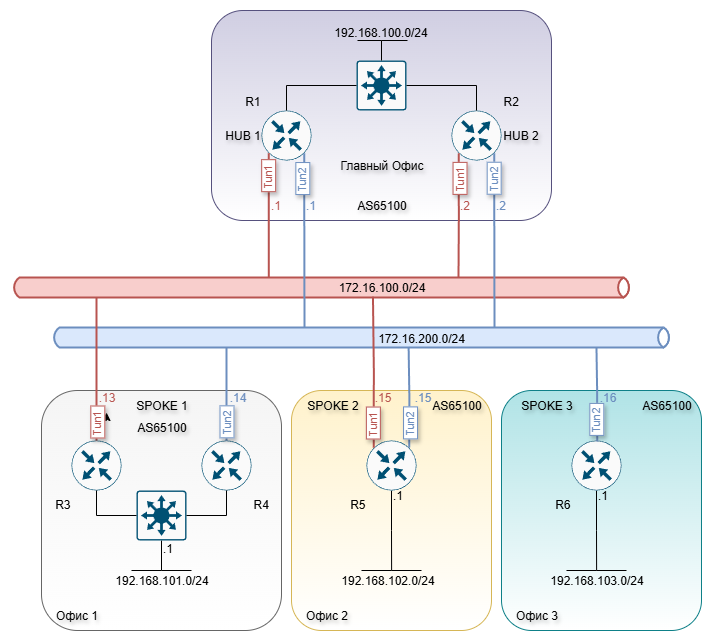
Above: diplom/img/diplom-Тунельная схема.drawio.png in alex209/otus_ne (draw.io), before the change. Source tidied: cells renumbered, new cells last; positions are measured from the earlier drawing's top-left corner, leaving out a move shared by most shapes.
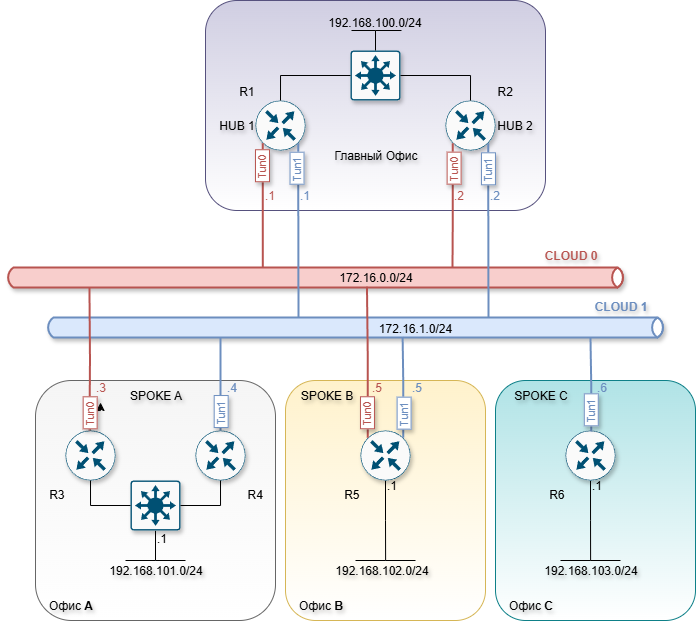
After the commit.

Diff of the diagram source:
```diff
@@ -16,12 +16,12 @@
     </mxCell>
-    <mxCell id="6" value="R1" style="sketch=0;points=[[0.5,0,0],[1,0.5,0],[0.5,1,0],[0,0.5,0],[0.145,0.145,0],[0.8555,0.145,0],[0.855,0.8555,0],[0.145,0.855,0]];verticalLabelPosition=top;html=1;verticalAlign=bottom;align=right;shape=mxgraph.cisco19.rect;prIcon=router;fillColor=#FAFAFA;strokeColor=#005073;labelPosition=left;" parent="1" vertex="1">
+    <mxCell id="6" value="R1" style="sketch=0;points=[[0.5,0,0],[1,0.5,0],[0.5,1,0],[0,0.5,0],[0.145,0.145,0],[0.8555,0.145,0],[0.855,0.8555,0],[0.145,0.855,0]];verticalLabelPosition=top;html=1;verticalAlign=bottom;align=right;shape=mxgraph.cisco19.rect;prIcon=router;fillColor=#FAFAFA;strokeColor=#005073;labelPosition=left;shadow=1;" parent="1" vertex="1">
       <mxGeometry x="250" y="100" width="50" height="50" as="geometry" />
     </mxCell>
-    <mxCell id="7" value="R2" style="sketch=0;points=[[0.5,0,0],[1,0.5,0],[0.5,1,0],[0,0.5,0],[0.145,0.145,0],[0.8555,0.145,0],[0.855,0.8555,0],[0.145,0.855,0]];verticalLabelPosition=top;html=1;verticalAlign=bottom;align=left;shape=mxgraph.cisco19.rect;prIcon=router;fillColor=#FAFAFA;strokeColor=#005073;labelPosition=right;" parent="1" vertex="1">
+    <mxCell id="7" value="R2" style="sketch=0;points=[[0.5,0,0],[1,0.5,0],[0.5,1,0],[0,0.5,0],[0.145,0.145,0],[0.8555,0.145,0],[0.855,0.8555,0],[0.145,0.855,0]];verticalLabelPosition=top;html=1;verticalAlign=bottom;align=left;shape=mxgraph.cisco19.rect;prIcon=router;fillColor=#FAFAFA;strokeColor=#005073;labelPosition=right;shadow=1;" parent="1" vertex="1">
       <mxGeometry x="440" y="100" width="50" height="50" as="geometry" />
     </mxCell>
-    <mxCell id="8" value="172.16.100.0/24" style="html=1;fillColor=#f8cecc;strokeColor=#b85450;gradientDirection=north;strokeWidth=2;shape=mxgraph.networks.bus;gradientDirection=north;perimeter=backbonePerimeter;backboneSize=20;spacingLeft=120;" parent="1" vertex="1">
+    <mxCell id="8" value="172.16.0.0/24" style="html=1;fillColor=#f8cecc;strokeColor=#b85450;gradientDirection=north;strokeWidth=2;shape=mxgraph.networks.bus;gradientDirection=north;perimeter=backbonePerimeter;backboneSize=20;spacingLeft=120;shadow=1;" parent="1" vertex="1">
       <mxGeometry y="267" width="620" height="20" as="geometry" />
     </mxCell>
-    <mxCell id="9" value="172.16.200.0/24" style="fillColor=#dae8fc;strokeColor=#6c8ebf;gradientDirection=north;strokeWidth=2;shape=mxgraph.networks.bus;gradientDirection=north;perimeter=backbonePerimeter;backboneSize=20;fillOpacity=100;labelPosition=center;verticalLabelPosition=middle;align=center;verticalAlign=middle;html=1;convertToSvg=1;horizontal=1;fontStyle=0;spacingLeft=120;" parent="1" vertex="1">
+    <mxCell id="9" value="172.16.1.0/24" style="fillColor=#dae8fc;strokeColor=#6c8ebf;gradientDirection=north;strokeWidth=2;shape=mxgraph.networks.bus;gradientDirection=north;perimeter=backbonePerimeter;backboneSize=20;fillOpacity=100;labelPosition=center;verticalLabelPosition=middle;align=center;verticalAlign=middle;html=1;convertToSvg=1;horizontal=1;fontStyle=0;spacingLeft=120;shadow=1;" parent="1" vertex="1">
       <mxGeometry x="40" y="317" width="620" height="20" as="geometry" />
@@ -31,6 +31,6 @@
     </mxCell>
-    <mxCell id="11" value="R3" style="sketch=0;points=[[0.5,0,0],[1,0.5,0],[0.5,1,0],[0,0.5,0],[0.145,0.145,0],[0.8555,0.145,0],[0.855,0.8555,0],[0.145,0.855,0]];verticalLabelPosition=bottom;html=1;verticalAlign=top;align=right;shape=mxgraph.cisco19.rect;prIcon=router;fillColor=#FAFAFA;strokeColor=#005073;labelPosition=left;" parent="1" vertex="1">
+    <mxCell id="11" value="R3" style="sketch=0;points=[[0.5,0,0],[1,0.5,0],[0.5,1,0],[0,0.5,0],[0.145,0.145,0],[0.8555,0.145,0],[0.855,0.8555,0],[0.145,0.855,0]];verticalLabelPosition=bottom;html=1;verticalAlign=top;align=right;shape=mxgraph.cisco19.rect;prIcon=router;fillColor=#FAFAFA;strokeColor=#005073;labelPosition=left;shadow=1;" parent="1" vertex="1">
       <mxGeometry x="60" y="430" width="50" height="50" as="geometry" />
     </mxCell>
-    <mxCell id="12" value="R4" style="sketch=0;points=[[0.5,0,0],[1,0.5,0],[0.5,1,0],[0,0.5,0],[0.145,0.145,0],[0.8555,0.145,0],[0.855,0.8555,0],[0.145,0.855,0]];verticalLabelPosition=bottom;html=1;verticalAlign=top;align=left;shape=mxgraph.cisco19.rect;prIcon=router;fillColor=#FAFAFA;strokeColor=#005073;labelPosition=right;" parent="1" vertex="1">
+    <mxCell id="12" value="R4" style="sketch=0;points=[[0.5,0,0],[1,0.5,0],[0.5,1,0],[0,0.5,0],[0.145,0.145,0],[0.8555,0.145,0],[0.855,0.8555,0],[0.145,0.855,0]];verticalLabelPosition=bottom;html=1;verticalAlign=top;align=left;shape=mxgraph.cisco19.rect;prIcon=router;fillColor=#FAFAFA;strokeColor=#005073;labelPosition=right;shadow=1;" parent="1" vertex="1">
       <mxGeometry x="190" y="430" width="50" height="50" as="geometry" />
@@ -42,3 +42,3 @@
     </mxCell>
-    <mxCell id="14" value="R5" style="sketch=0;points=[[0.5,0,0],[1,0.5,0],[0.5,1,0],[0,0.5,0],[0.145,0.145,0],[0.8555,0.145,0],[0.855,0.8555,0],[0.145,0.855,0]];verticalLabelPosition=bottom;html=1;verticalAlign=top;align=right;shape=mxgraph.cisco19.rect;prIcon=router;fillColor=#FAFAFA;strokeColor=#005073;labelPosition=left;" parent="1" vertex="1">
+    <mxCell id="14" value="R5" style="sketch=0;points=[[0.5,0,0],[1,0.5,0],[0.5,1,0],[0,0.5,0],[0.145,0.145,0],[0.8555,0.145,0],[0.855,0.8555,0],[0.145,0.855,0]];verticalLabelPosition=bottom;html=1;verticalAlign=top;align=right;shape=mxgraph.cisco19.rect;prIcon=router;fillColor=#FAFAFA;strokeColor=#005073;labelPosition=left;shadow=1;" parent="1" vertex="1">
       <mxGeometry x="355" y="430" width="50" height="50" as="geometry" />
@@ -50,3 +50,3 @@
     </mxCell>
-    <mxCell id="16" value="R6" style="sketch=0;points=[[0.5,0,0],[1,0.5,0],[0.5,1,0],[0,0.5,0],[0.145,0.145,0],[0.8555,0.145,0],[0.855,0.8555,0],[0.145,0.855,0]];verticalLabelPosition=bottom;html=1;verticalAlign=top;align=right;shape=mxgraph.cisco19.rect;prIcon=router;fillColor=#FAFAFA;strokeColor=#005073;labelPosition=left;" parent="1" vertex="1">
+    <mxCell id="16" value="R6" style="sketch=0;points=[[0.5,0,0],[1,0.5,0],[0.5,1,0],[0,0.5,0],[0.145,0.145,0],[0.8555,0.145,0],[0.855,0.8555,0],[0.145,0.855,0]];verticalLabelPosition=bottom;html=1;verticalAlign=top;align=right;shape=mxgraph.cisco19.rect;prIcon=router;fillColor=#FAFAFA;strokeColor=#005073;labelPosition=left;shadow=1;" parent="1" vertex="1">
       <mxGeometry x="560" y="430" width="50" height="50" as="geometry" />
@@ -56,3 +56,3 @@
     </mxCell>
-    <mxCell id="18" value="&amp;nbsp;Tun1&amp;nbsp;" style="edgeLabel;html=1;align=center;verticalAlign=middle;labelBorderColor=light-dark(#B85450,#FFFFFF);textShadow=1;fontColor=light-dark(#B85450,#FFFFFF);horizontal=0;" parent="17" vertex="1">
+    <mxCell id="18" value="&amp;nbsp;Tun0&amp;nbsp;" style="edgeLabel;html=1;align=center;verticalAlign=middle;labelBorderColor=light-dark(#B85450,#FFFFFF);textShadow=1;fontColor=light-dark(#B85450,#FFFFFF);horizontal=0;" parent="17" vertex="1">
       <mxGeometry x="-0.49" y="-1" relative="1" as="geometry">
@@ -66,3 +66,3 @@
     </mxCell>
-    <mxCell id="20" value="&lt;font&gt;&amp;nbsp;Tun2&amp;nbsp;&lt;/font&gt;" style="edgeLabel;html=1;align=center;verticalAlign=middle;labelBorderColor=#6C8EBF;textShadow=1;fontColor=light-dark(#6C8EBF,#EDEDED);horizontal=0;" parent="19" vertex="1">
+    <mxCell id="20" value="&lt;font&gt;&amp;nbsp;Tun1&amp;nbsp;&lt;/font&gt;" style="edgeLabel;html=1;align=center;verticalAlign=middle;labelBorderColor=#6C8EBF;textShadow=1;fontColor=light-dark(#6C8EBF,#EDEDED);horizontal=0;" parent="19" vertex="1">
       <mxGeometry x="-0.66" y="-2" relative="1" as="geometry">
@@ -76,3 +76,3 @@
     </mxCell>
-    <mxCell id="22" value="&amp;nbsp;Tun1&amp;nbsp;" style="edgeLabel;html=1;align=center;verticalAlign=middle;labelBorderColor=light-dark(#B85450,#FFFFFF);textShadow=1;horizontal=0;fontColor=light-dark(#B85450,#FFFFFF);" parent="21" vertex="1">
+    <mxCell id="22" value="&amp;nbsp;Tun0&amp;nbsp;" style="edgeLabel;html=1;align=center;verticalAlign=middle;labelBorderColor=light-dark(#B85450,#FFFFFF);textShadow=1;horizontal=0;fontColor=light-dark(#B85450,#FFFFFF);" parent="21" vertex="1">
       <mxGeometry x="-0.47" relative="1" as="geometry">
@@ -86,3 +86,3 @@
     </mxCell>
-    <mxCell id="24" value="&amp;nbsp;Tun2&amp;nbsp;" style="edgeLabel;html=1;align=center;verticalAlign=middle;fontColor=#6C8EBF;horizontal=0;labelBorderColor=#6C8EBF;textShadow=1;" parent="23" vertex="1">
+    <mxCell id="24" value="&amp;nbsp;Tun1&amp;nbsp;" style="edgeLabel;html=1;align=center;verticalAlign=middle;fontColor=#6C8EBF;horizontal=0;labelBorderColor=#6C8EBF;textShadow=1;" parent="23" vertex="1">
       <mxGeometry x="-0.58" y="-1" relative="1" as="geometry">
@@ -91,6 +91,9 @@
     </mxCell>
-    <mxCell id="25" style="edgeStyle=orthogonalEdgeStyle;rounded=0;jettySize=auto;html=1;exitX=0.5;exitY=0;exitDx=0;exitDy=0;exitPerimeter=0;entryX=0.137;entryY=1.007;entryDx=0;entryDy=0;entryPerimeter=0;strokeWidth=2;endArrow=none;endFill=0;fillColor=#f8cecc;strokeColor=#b85450;" parent="1" edge="1" source="11" target="8">
-      <mxGeometry relative="1" as="geometry" />
+    <mxCell id="25" style="edgeStyle=orthogonalEdgeStyle;rounded=0;orthogonalLoop=1;jettySize=auto;html=1;exitX=0.5;exitY=0;exitDx=0;exitDy=0;exitPerimeter=0;entryX=0.137;entryY=1.007;entryDx=0;entryDy=0;entryPerimeter=0;strokeWidth=2;endArrow=none;endFill=0;fillColor=#f8cecc;strokeColor=#b85450;" parent="1" edge="1">
+      <mxGeometry relative="1" as="geometry">
+        <mxPoint x="84" y="430" as="sourcePoint" />
+        <mxPoint x="83.9" y="287.1" as="targetPoint" />
+      </mxGeometry>
     </mxCell>
-    <mxCell id="26" value="&amp;nbsp;Tun1&amp;nbsp;" style="edgeLabel;html=1;align=center;verticalAlign=middle;labelBorderColor=light-dark(#B85450,#FFFFFF);textShadow=1;horizontal=0;fontColor=light-dark(#B85450,#FFFFFF);" parent="25" vertex="1">
+    <mxCell id="26" value="&amp;nbsp;Tun0&amp;nbsp;" style="edgeLabel;html=1;align=center;verticalAlign=middle;labelBorderColor=light-dark(#B85450,#FFFFFF);textShadow=1;horizontal=0;fontColor=light-dark(#B85450,#FFFFFF);" parent="25" vertex="1">
       <mxGeometry x="-0.72" y="3" relative="1" as="geometry">
@@ -104,3 +107,3 @@
     </mxCell>
-    <mxCell id="28" value="&amp;nbsp;Tun2&amp;nbsp;" style="edgeLabel;html=1;align=center;verticalAlign=middle;horizontal=0;textShadow=1;labelBorderColor=#6C8EBF;fontColor=#6C8EBF;" parent="27" vertex="1">
+    <mxCell id="28" value="&amp;nbsp;Tun1&amp;nbsp;" style="edgeLabel;html=1;align=center;verticalAlign=middle;horizontal=0;textShadow=1;labelBorderColor=#6C8EBF;fontColor=#6C8EBF;" parent="27" vertex="1">
       <mxGeometry x="-0.7" y="-2" relative="1" as="geometry">
@@ -112,3 +115,3 @@
     </mxCell>
-    <mxCell id="30" value="&amp;nbsp;Tun1&amp;nbsp;" style="edgeLabel;html=1;align=center;verticalAlign=middle;textShadow=1;labelBorderColor=light-dark(#B85450,#FFFFFF);horizontal=0;fontColor=light-dark(#B85450,#FFFFFF);" parent="29" vertex="1">
+    <mxCell id="30" value="&amp;nbsp;Tun0&amp;nbsp;" style="edgeLabel;html=1;align=center;verticalAlign=middle;textShadow=1;labelBorderColor=light-dark(#B85450,#FFFFFF);horizontal=0;fontColor=light-dark(#B85450,#FFFFFF);" parent="29" vertex="1">
       <mxGeometry x="-0.7" y="-1" relative="1" as="geometry">
@@ -120,3 +123,3 @@
     </mxCell>
-    <mxCell id="32" value="&amp;nbsp;Tun2&amp;nbsp;" style="edgeLabel;html=1;align=center;verticalAlign=middle;horizontal=0;textShadow=1;spacingLeft=0;spacingTop=0;spacing=0;spacingRight=1;labelBorderColor=#6C8EBF;fontColor=#6C8EBF;" parent="31" vertex="1">
+    <mxCell id="32" value="&amp;nbsp;Tun1&amp;nbsp;" style="edgeLabel;html=1;align=center;verticalAlign=middle;horizontal=0;textShadow=1;spacingLeft=0;spacingTop=0;spacing=0;spacingRight=1;labelBorderColor=#6C8EBF;fontColor=#6C8EBF;" parent="31" vertex="1">
       <mxGeometry x="-0.57" relative="1" as="geometry">
@@ -128,3 +131,3 @@
     </mxCell>
-    <mxCell id="34" value="&amp;nbsp;Tun2&amp;nbsp;" style="edgeLabel;align=center;verticalAlign=middle;labelBorderColor=#6C8EBF;textShadow=1;fontColor=#6C8EBF;horizontal=0;html=1;convertToSvg=0;spacingTop=0;spacingLeft=0;labelPosition=center;verticalLabelPosition=middle;" parent="33" vertex="1">
+    <mxCell id="34" value="&amp;nbsp;Tun1&amp;nbsp;" style="edgeLabel;align=center;verticalAlign=middle;labelBorderColor=#6C8EBF;textShadow=1;fontColor=#6C8EBF;horizontal=0;html=1;convertToSvg=0;spacingTop=0;spacingLeft=0;labelPosition=center;verticalLabelPosition=middle;" parent="33" vertex="1">
       <mxGeometry x="-0.62" y="-2" relative="1" as="geometry">
@@ -145,3 +148,3 @@
     </mxCell>
-    <mxCell id="39" style="sketch=0;points=[[0.015,0.015,0],[0.985,0.015,0],[0.985,0.985,0],[0.015,0.985,0],[0.25,0,0],[0.5,0,0],[0.75,0,0],[1,0.25,0],[1,0.5,0],[1,0.75,0],[0.75,1,0],[0.5,1,0],[0.25,1,0],[0,0.75,0],[0,0.5,0],[0,0.25,0]];verticalLabelPosition=bottom;html=1;verticalAlign=top;align=center;shape=mxgraph.cisco19.rect;prIcon=l3_switch;fillColor=#FAFAFA;strokeColor=#005073;" parent="1" vertex="1">
+    <mxCell id="39" style="sketch=0;points=[[0.015,0.015,0],[0.985,0.015,0],[0.985,0.985,0],[0.015,0.985,0],[0.25,0,0],[0.5,0,0],[0.75,0,0],[1,0.25,0],[1,0.5,0],[1,0.75,0],[0.75,1,0],[0.5,1,0],[0.25,1,0],[0,0.75,0],[0,0.5,0],[0,0.25,0]];verticalLabelPosition=bottom;html=1;verticalAlign=top;align=center;shape=mxgraph.cisco19.rect;prIcon=l3_switch;fillColor=#FAFAFA;strokeColor=#005073;shadow=1;" parent="1" vertex="1">
       <mxGeometry x="345" y="50" width="50" height="50" as="geometry" />
@@ -159,3 +162,3 @@
     </mxCell>
-    <mxCell id="43" style="sketch=0;points=[[0.015,0.015,0],[0.985,0.015,0],[0.985,0.985,0],[0.015,0.985,0],[0.25,0,0],[0.5,0,0],[0.75,0,0],[1,0.25,0],[1,0.5,0],[1,0.75,0],[0.75,1,0],[0.5,1,0],[0.25,1,0],[0,0.75,0],[0,0.5,0],[0,0.25,0]];verticalLabelPosition=bottom;html=1;verticalAlign=top;align=center;shape=mxgraph.cisco19.rect;prIcon=l3_switch;fillColor=#FAFAFA;strokeColor=#005073;" parent="1" vertex="1">
+    <mxCell id="43" style="sketch=0;points=[[0.015,0.015,0],[0.985,0.015,0],[0.985,0.985,0],[0.015,0.985,0],[0.25,0,0],[0.5,0,0],[0.75,0,0],[1,0.25,0],[1,0.5,0],[1,0.75,0],[0.75,1,0],[0.5,1,0],[0.25,1,0],[0,0.75,0],[0,0.5,0],[0,0.25,0]];verticalLabelPosition=bottom;html=1;verticalAlign=top;align=center;shape=mxgraph.cisco19.rect;prIcon=l3_switch;fillColor=#FAFAFA;strokeColor=#005073;shadow=1;" parent="1" vertex="1">
       <mxGeometry x="125" y="480" width="50" height="50" as="geometry" />
@@ -174,10 +177,10 @@
     </mxCell>
-    <mxCell id="48" value="SPOKE 1" style="text;html=1;align=center;verticalAlign=middle;strokeColor=none;fillColor=none;textShadow=1;" parent="1" vertex="1">
-      <mxGeometry x="115" y="380" width="70" height="30" as="geometry" />
+    <mxCell id="48" value="SPOKE A" style="text;html=1;align=center;verticalAlign=middle;strokeColor=none;fillColor=none;textShadow=1;" parent="1" vertex="1">
+      <mxGeometry x="110" y="380" width="80" height="30" as="geometry" />
     </mxCell>
-    <mxCell id="49" value="SPOKE 2" style="text;html=1;align=center;verticalAlign=middle;strokeColor=none;fillColor=none;textShadow=1;" parent="1" vertex="1">
-      <mxGeometry x="286" y="380" width="70" height="30" as="geometry" />
+    <mxCell id="49" value="SPOKE B" style="text;html=1;align=center;verticalAlign=middle;strokeColor=none;fillColor=none;textShadow=1;" parent="1" vertex="1">
+      <mxGeometry x="281" y="380" width="80" height="30" as="geometry" />
     </mxCell>
-    <mxCell id="50" value="SPOKE 3" style="text;html=1;align=center;verticalAlign=middle;strokeColor=none;fillColor=none;textShadow=1;" parent="1" vertex="1">
-      <mxGeometry x="500" y="380" width="70" height="30" as="geometry" />
+    <mxCell id="50" value="SPOKE C" style="text;html=1;align=center;verticalAlign=middle;strokeColor=none;fillColor=none;textShadow=1;" parent="1" vertex="1">
+      <mxGeometry x="495" y="380" width="80" height="30" as="geometry" />
     </mxCell>
@@ -186,27 +189,24 @@
     </mxCell>
-    <mxCell id="52" value="Офис 1" style="text;html=1;align=center;verticalAlign=middle;strokeColor=none;fillColor=none;textShadow=1;" parent="1" vertex="1">
+    <mxCell id="52" value="Офис &lt;b&gt;A&lt;/b&gt;" style="text;html=1;align=center;verticalAlign=middle;strokeColor=none;fillColor=none;textShadow=1;" parent="1" vertex="1">
       <mxGeometry x="30" y="590" width="70" height="30" as="geometry" />
     </mxCell>
-    <mxCell id="53" value="Офис 2" style="text;html=1;align=center;verticalAlign=middle;strokeColor=none;fillColor=none;textShadow=1;" parent="1" vertex="1">
+    <mxCell id="53" value="Офис &lt;b&gt;B&lt;/b&gt;" style="text;html=1;align=center;verticalAlign=middle;strokeColor=none;fillColor=none;textShadow=1;" parent="1" vertex="1">
       <mxGeometry x="280" y="590" width="70" height="30" as="geometry" />
     </mxCell>
-    <mxCell id="54" value="AS65100" style="text;html=1;align=center;verticalAlign=middle;strokeColor=none;fillColor=none;textShadow=1;" parent="1" vertex="1">
-      <mxGeometry x="335" y="180" width="70" height="30" as="geometry" />
-    </mxCell>
-    <mxCell id="55" value=".13" style="text;html=1;align=center;verticalAlign=middle;points=[];strokeColor=none;fillColor=none;fontColor=light-dark(#B85450,#FFFFFF);" parent="1" vertex="1">
-      <mxGeometry x="75" y="372" width="40" height="30" as="geometry" />
+    <mxCell id="55" value=".3" style="text;html=1;align=center;verticalAlign=middle;points=[];strokeColor=none;fillColor=none;fontColor=light-dark(#B85450,#FFFFFF);" parent="1" vertex="1">
+      <mxGeometry x="80" y="372" width="30" height="30" as="geometry" />
     </mxCell>
-    <mxCell id="56" value=".15" style="text;html=1;align=center;verticalAlign=middle;strokeColor=none;fillColor=none;fontColor=light-dark(#B85450,#FFFFFF);" parent="1" vertex="1">
-      <mxGeometry x="351" y="372" width="40" height="30" as="geometry" />
+    <mxCell id="56" value=".5" style="text;html=1;align=center;verticalAlign=middle;strokeColor=none;fillColor=none;fontColor=light-dark(#B85450,#FFFFFF);" parent="1" vertex="1">
+      <mxGeometry x="356" y="372" width="30" height="30" as="geometry" />
     </mxCell>
-    <mxCell id="57" value=".14" style="text;html=1;align=center;verticalAlign=middle;strokeColor=none;fillColor=none;fontColor=light-dark(#6C8EBF,#FFFFFF);" parent="1" vertex="1">
-      <mxGeometry x="206" y="372" width="40" height="30" as="geometry" />
+    <mxCell id="57" value=".4" style="text;html=1;align=center;verticalAlign=middle;strokeColor=none;fillColor=none;fontColor=light-dark(#6C8EBF,#FFFFFF);" parent="1" vertex="1">
+      <mxGeometry x="211" y="372" width="30" height="30" as="geometry" />
     </mxCell>
-    <mxCell id="58" value=".15" style="text;html=1;align=center;verticalAlign=middle;strokeColor=none;fillColor=none;fontColor=light-dark(#6C8EBF,#FFFFFF);" parent="1" vertex="1">
-      <mxGeometry x="391" y="372" width="40" height="30" as="geometry" />
+    <mxCell id="58" value=".5" style="text;html=1;align=center;verticalAlign=middle;strokeColor=none;fillColor=none;fontColor=light-dark(#6C8EBF,#FFFFFF);" parent="1" vertex="1">
+      <mxGeometry x="396" y="372" width="30" height="30" as="geometry" />
     </mxCell>
-    <mxCell id="59" value=".16" style="text;html=1;align=center;verticalAlign=middle;strokeColor=none;fillColor=none;fontColor=light-dark(#6C8EBF,#FFFFFF);" parent="1" vertex="1">
-      <mxGeometry x="576" y="372" width="40" height="30" as="geometry" />
+    <mxCell id="59" value=".6" style="text;html=1;align=center;verticalAlign=middle;strokeColor=none;fillColor=none;fontColor=light-dark(#6C8EBF,#FFFFFF);" parent="1" vertex="1">
+      <mxGeometry x="581" y="372" width="30" height="30" as="geometry" />
     </mxCell>
-    <mxCell id="60" value="Офис 3" style="text;html=1;align=center;verticalAlign=middle;strokeColor=none;fillColor=none;textShadow=1;" parent="1" vertex="1">
+    <mxCell id="60" value="Офис &lt;b&gt;C&lt;/b&gt;" style="text;html=1;align=center;verticalAlign=middle;strokeColor=none;fillColor=none;textShadow=1;" parent="1" vertex="1">
       <mxGeometry x="490" y="590" width="70" height="30" as="geometry" />
@@ -239,3 +239,3 @@
     </mxCell>
-    <mxCell id="65" value="192.168.101.0/24" style="text;html=1;align=center;verticalAlign=middle;strokeColor=none;fillColor=none;" parent="1" vertex="1">
+    <mxCell id="65" value="192.168.101.0/24" style="text;html=1;align=center;verticalAlign=middle;strokeColor=none;fillColor=none;textShadow=1;" parent="1" vertex="1">
       <mxGeometry x="90" y="555" width="120" height="30" as="geometry" />
@@ -260,6 +260,6 @@
     </mxCell>
-    <mxCell id="68" value="192.168.102.0/24" style="text;html=1;align=center;verticalAlign=middle;strokeColor=none;fillColor=none;" parent="1" vertex="1">
+    <mxCell id="68" value="192.168.102.0/24" style="text;html=1;align=center;verticalAlign=middle;strokeColor=none;fillColor=none;textShadow=1;" parent="1" vertex="1">
       <mxGeometry x="316" y="555" width="120" height="30" as="geometry" />
     </mxCell>
-    <mxCell id="69" value="192.168.103.0/24" style="text;html=1;align=center;verticalAlign=middle;strokeColor=none;fillColor=none;" parent="1" vertex="1">
+    <mxCell id="69" value="192.168.103.0/24" style="text;html=1;align=center;verticalAlign=middle;strokeColor=none;fillColor=none;textShadow=1;" parent="1" vertex="1">
       <mxGeometry x="525" y="555" width="120" height="30" as="geometry" />
@@ -272,11 +272,2 @@
     </mxCell>
-    <mxCell id="72" value="AS65100" style="text;html=1;align=center;verticalAlign=middle;strokeColor=none;fillColor=none;textShadow=1;" parent="1" vertex="1">
-      <mxGeometry x="115" y="402" width="70" height="30" as="geometry" />
-    </mxCell>
-    <mxCell id="73" value="AS65100" style="text;html=1;align=center;verticalAlign=middle;strokeColor=none;fillColor=none;textShadow=1;" parent="1" vertex="1">
-      <mxGeometry x="410" y="380" width="70" height="30" as="geometry" />
-    </mxCell>
-    <mxCell id="74" value="AS65100" style="text;html=1;align=center;verticalAlign=middle;strokeColor=none;fillColor=none;textShadow=1;" parent="1" vertex="1">
-      <mxGeometry x="620" y="380" width="70" height="30" as="geometry" />
-    </mxCell>
     <mxCell id="75" value=".1" style="text;html=1;align=center;verticalAlign=middle;strokeColor=none;fillColor=none;" parent="1" vertex="1">
@@ -284,2 +275,8 @@
     </mxCell>
+    <mxCell id="79" value="CLOUD 0" style="text;html=1;align=center;verticalAlign=middle;strokeColor=none;fillColor=none;shadow=1;textShadow=1;fontColor=light-dark(#B85450,#FFFFFF);fontStyle=1;" parent="1" vertex="1">
+      <mxGeometry x="525" y="240" width="80" height="30" as="geometry" />
+    </mxCell>
+    <mxCell id="80" value="CLOUD 1" style="text;html=1;align=center;verticalAlign=middle;strokeColor=none;fillColor=none;shadow=1;textShadow=1;fontColor=light-dark(#6C8EBF,#FFFFFF);fontStyle=1;" parent="1" vertex="1">
+      <mxGeometry x="575" y="291" width="80" height="30" as="geometry" />
+    </mxCell>
     <mxCell id="76" value="Роутеры" parent="0" />
```
